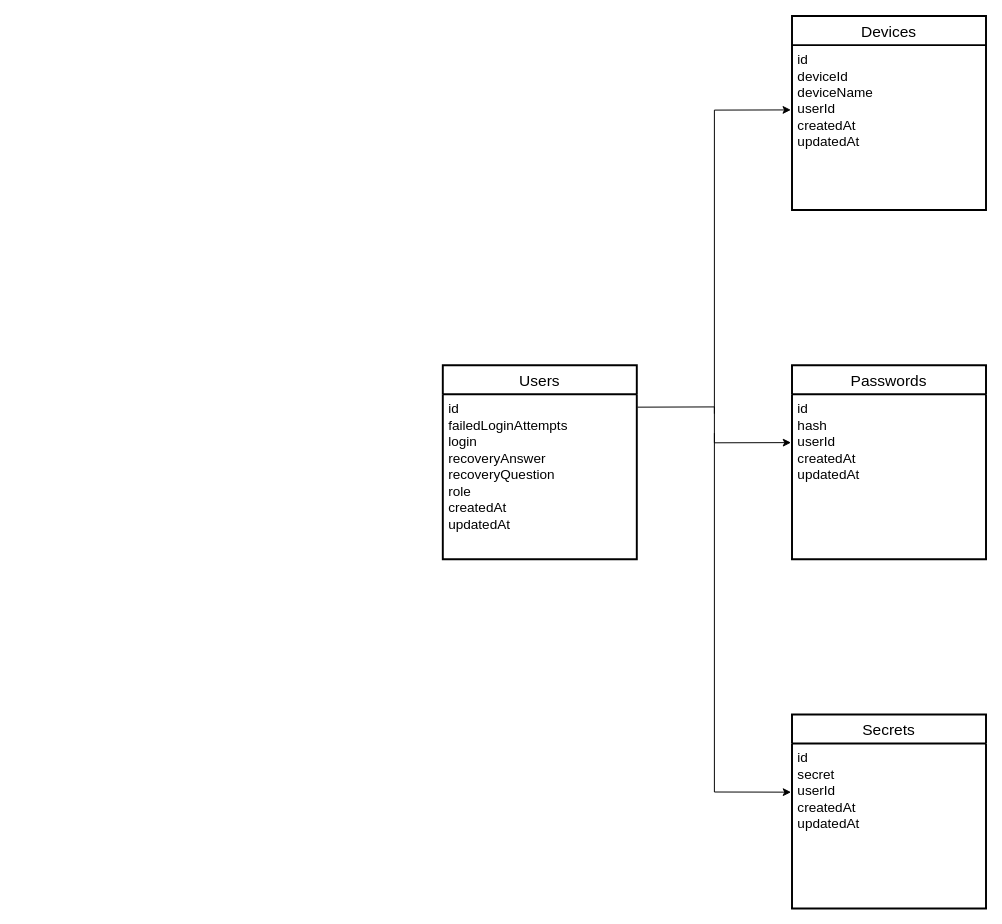
Earlier version of the draw.io diagram relay.drawio (relay-project/relay-backend). Source tidied: cells renumbered, new cells numbered last; positions are measured from the earlier drawing's top-left corner, leaving out a move shared by most shapes. Both pictures are drawn from the tidied source at 97%, with x=0, y=0 at pixel (442, 16).
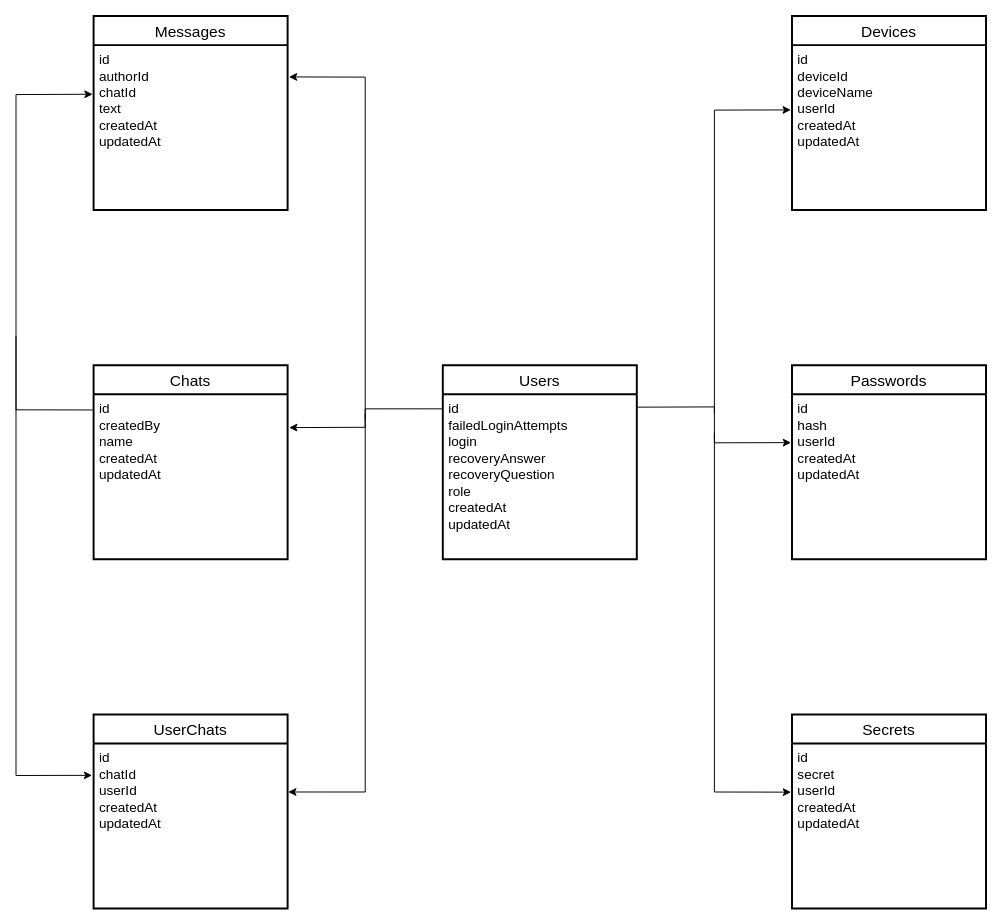
The same page after the edit.

Commit message (it also covers changes not shown here):
Update database schemas

Unchanged cells that the change refers to:
```xml
<mxCell id="3" value="id&#10;failedLoginAttempts&#10;login&#10;recoveryAnswer&#10;recoveryQuestion&#10;role&#10;createdAt&#10;updatedAt" style="align=left;strokeColor=none;fillColor=none;spacingLeft=4;fontSize=14;verticalAlign=top;" parent="2" vertex="1">
  <mxGeometry y="30" width="200" height="170" as="geometry" />
</mxCell>
```

What changed in the source:
```diff
@@
+    <mxCell id="13" value="Chats" style="swimlane;horizontal=1;startSize=30;rounded=1;fontSize=16;fontStyle=0;strokeWidth=2;shadow=0;dashed=0;align=center;arcSize=0;" parent="1" vertex="1">
+      <mxGeometry x="-360" y="360" width="200" height="200" as="geometry" />
+    </mxCell>
+    <mxCell id="14" value="id&#10;createdBy&#10;name&#10;createdAt&#10;updatedAt" style="align=left;strokeColor=none;fillColor=none;spacingLeft=4;fontSize=14;verticalAlign=top;" parent="13" vertex="1">
+      <mxGeometry y="30" width="200" height="170" as="geometry" />
+    </mxCell>
+    <mxCell id="15" value="UserChats" style="swimlane;horizontal=1;startSize=30;rounded=1;fontSize=16;fontStyle=0;strokeWidth=2;shadow=0;dashed=0;align=center;arcSize=0;" parent="1" vertex="1">
+      <mxGeometry x="-360" y="720" width="200" height="200" as="geometry" />
+    </mxCell>
+    <mxCell id="16" value="id&#10;chatId&#10;userId&#10;createdAt&#10;updatedAt" style="align=left;strokeColor=none;fillColor=none;spacingLeft=4;fontSize=14;verticalAlign=top;" parent="15" vertex="1">
+      <mxGeometry y="30" width="200" height="170" as="geometry" />
+    </mxCell>
+    <mxCell id="17" style="endArrow=classic;html=1;rounded=0;entryX=1.008;entryY=0.202;entryDx=0;entryDy=0;entryPerimeter=0;exitX=-0.003;exitY=0.088;exitDx=0;exitDy=0;exitPerimeter=0;" parent="1" edge="1" source="3" target="14">
+      <mxGeometry relative="1" as="geometry">
+        <Array as="points">
+          <mxPoint x="-80" y="405" />
+          <mxPoint x="-80" y="424" />
+        </Array>
+      </mxGeometry>
+    </mxCell>
+    <mxCell id="18" style="endArrow=classic;html=1;rounded=0;entryX=1.003;entryY=0.294;entryDx=0;entryDy=0;entryPerimeter=0;" parent="1" edge="1" target="16">
+      <mxGeometry relative="1" as="geometry">
+        <mxPoint x="-80" y="410" as="sourcePoint" />
+        <Array as="points">
+          <mxPoint x="-80" y="800" />
+        </Array>
+      </mxGeometry>
+    </mxCell>
+    <mxCell id="19" value="Messages" style="swimlane;horizontal=1;startSize=30;rounded=1;fontSize=16;fontStyle=0;strokeWidth=2;shadow=0;dashed=0;align=center;arcSize=0;" parent="1" vertex="1">
+      <mxGeometry x="-360" width="200" height="200" as="geometry" />
+    </mxCell>
+    <mxCell id="20" value="id&#10;authorId&#10;chatId&#10;text&#10;createdAt&#10;updatedAt" style="align=left;strokeColor=none;fillColor=none;spacingLeft=4;fontSize=14;verticalAlign=top;" parent="19" vertex="1">
+      <mxGeometry y="30" width="200" height="170" as="geometry" />
+    </mxCell>
+    <mxCell id="21" style="endArrow=classic;html=1;rounded=0;entryX=1.007;entryY=0.193;entryDx=0;entryDy=0;entryPerimeter=0;" parent="1" edge="1" target="20">
+      <mxGeometry relative="1" as="geometry">
+        <mxPoint x="-80" y="416" as="sourcePoint" />
+        <Array as="points">
+          <mxPoint x="-80" y="63" />
+        </Array>
+      </mxGeometry>
+    </mxCell>
+    <mxCell id="22" style="endArrow=classic;html=1;rounded=0;exitX=-0.004;exitY=0.095;exitDx=0;exitDy=0;exitPerimeter=0;entryX=-0.005;entryY=0.298;entryDx=0;entryDy=0;entryPerimeter=0;" parent="1" edge="1" source="14" target="20">
+      <mxGeometry relative="1" as="geometry">
+        <Array as="points">
+          <mxPoint x="-440" y="406" />
+          <mxPoint x="-440" y="81" />
+        </Array>
+      </mxGeometry>
+    </mxCell>
+    <mxCell id="23" style="endArrow=classic;html=1;rounded=0;entryX=-0.008;entryY=0.193;entryDx=0;entryDy=0;entryPerimeter=0;" parent="1" edge="1" target="16">
+      <mxGeometry relative="1" as="geometry">
+        <mxPoint x="-440" y="330" as="sourcePoint" />
+        <Array as="points">
+          <mxPoint x="-440" y="783" />
+        </Array>
+      </mxGeometry>
+    </mxCell>
```
